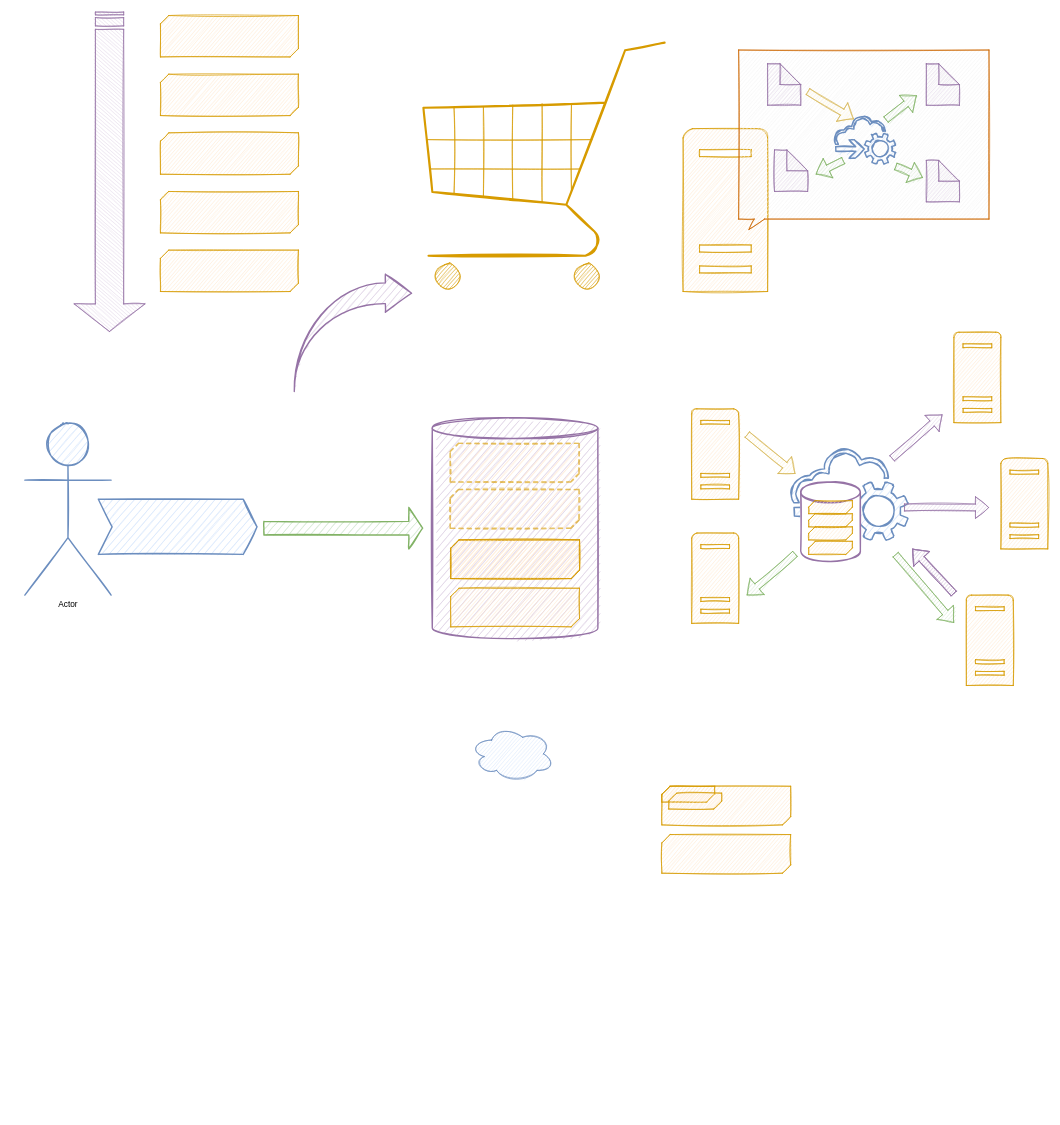
Before: assets/Messaging.drawio in oskardudycz/EventSourcing.NetCore, a draw.io diagram. Source tidied: cells renumbered, new cells numbered last; positions are measured from the earlier drawing's top-left corner, leaving out a move shared by most shapes. Both pictures are drawn from the tidied source at 69%, with x=0, y=0 at pixel (-50, 15).
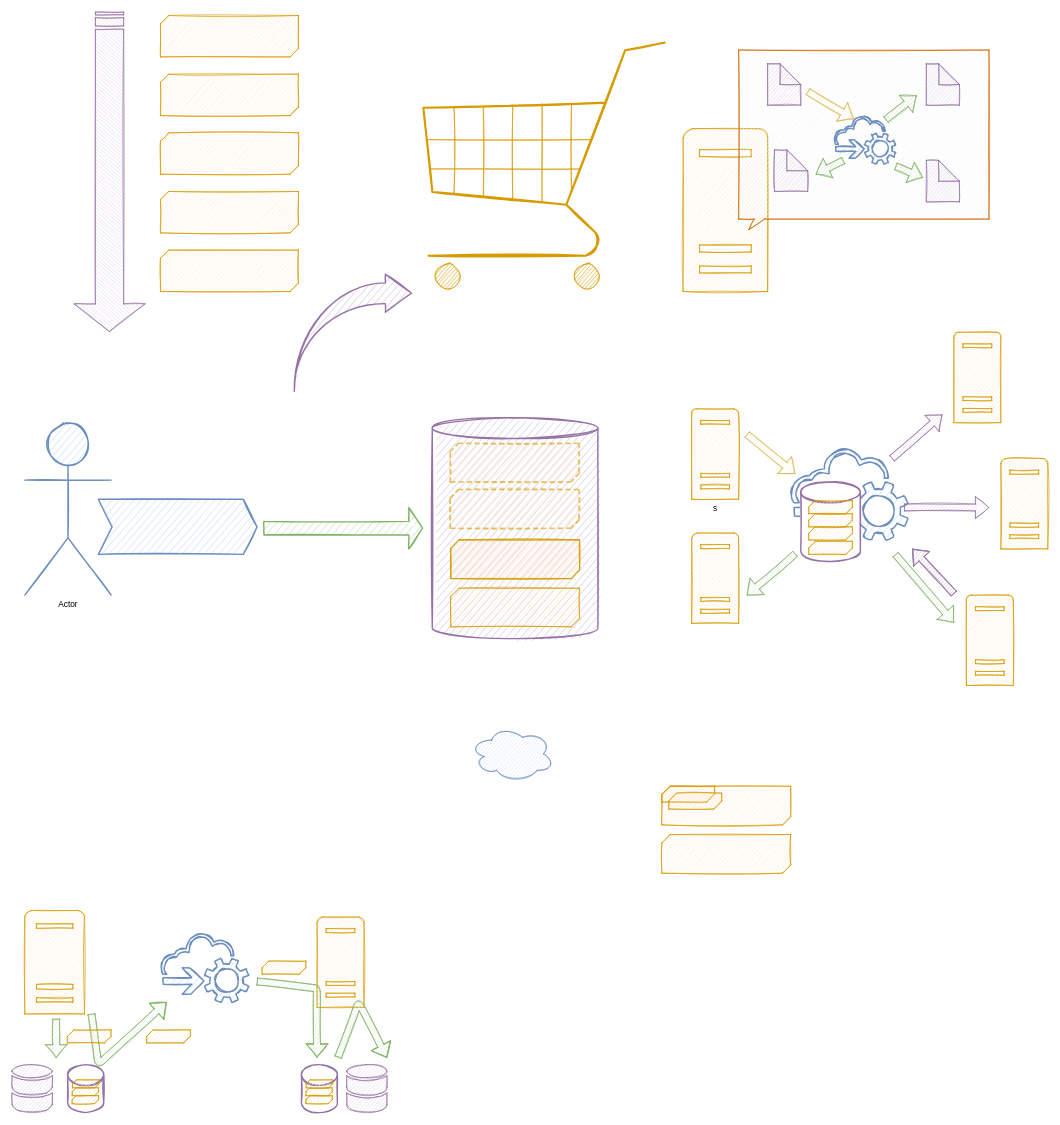
The same diagram, later.

Diff of the diagram source:
```diff
@@
-    <mxCell id="18" style="shadow=0;dashed=0;html=1;labelPosition=center;verticalLabelPosition=bottom;verticalAlign=top;align=center;shape=mxgraph.office.servers.server_generic;sketch=1;strokeWidth=1;strokeColor=#d79b00;fillColor=#ffe6cc;" parent="1" vertex="1">
+    <mxCell id="18" value="s" style="shadow=0;dashed=0;html=1;labelPosition=center;verticalLabelPosition=bottom;verticalAlign=top;align=center;shape=mxgraph.office.servers.server_generic;sketch=1;strokeWidth=1;strokeColor=#d79b00;fillColor=#ffe6cc;" parent="1" vertex="1">
       <mxGeometry x="1075" y="570" width="68" height="131" as="geometry" />
     </mxCell>
@@
+    <mxCell id="55" style="shadow=0;dashed=0;html=1;labelPosition=center;verticalLabelPosition=bottom;verticalAlign=top;align=center;shape=mxgraph.office.servers.server_generic;sketch=1;strokeWidth=1;strokeColor=#d79b00;fillColor=#ffe6cc;" parent="1" vertex="1">
+      <mxGeometry x="108.5" y="1297" width="86.5" height="150" as="geometry" />
+    </mxCell>
+    <mxCell id="56" style="shadow=0;dashed=0;html=1;labelPosition=center;verticalLabelPosition=bottom;verticalAlign=top;align=center;shape=mxgraph.office.servers.server_generic;sketch=1;strokeWidth=1;strokeColor=#d79b00;fillColor=#ffe6cc;" parent="1" vertex="1">
+      <mxGeometry x="532" y="1306.5" width="68" height="131" as="geometry" />
+    </mxCell>
+    <mxCell id="57" style="shadow=0;dashed=0;html=1;strokeColor=#6c8ebf;fillColor=#dae8fc;labelPosition=center;verticalLabelPosition=bottom;outlineConnect=0;verticalAlign=top;align=center;shape=mxgraph.office.clouds.cloud_service_request;sketch=1;strokeWidth=2;" parent="1" vertex="1">
+      <mxGeometry x="305" y="1330" width="127.5" height="100" as="geometry" />
+    </mxCell>
+    <mxCell id="58" style="shape=flexArrow;endArrow=classic;html=1;fillColor=#d5e8d4;strokeColor=#82b366;sketch=1;" parent="1" edge="1">
+      <mxGeometry relative="1" as="geometry">
+        <mxPoint x="153.9" y="1454" as="sourcePoint" />
+        <mxPoint x="154" y="1511" as="targetPoint" />
+      </mxGeometry>
+    </mxCell>
+    <mxCell id="59" style="shape=cylinder3;whiteSpace=wrap;html=1;boundedLbl=1;backgroundOutline=1;size=15;shadow=0;sketch=1;strokeWidth=2;strokeColor=#9673a6;fillColor=#FFFFFF;" parent="1" vertex="1">
+      <mxGeometry x="170.7" y="1520.5" width="52.1" height="69.5" as="geometry" />
+    </mxCell>
+    <mxCell id="60" style="shadow=0;dashed=0;html=1;strokeColor=#9673a6;fillColor=#e1d5e7;labelPosition=center;verticalLabelPosition=bottom;verticalAlign=top;align=center;shape=mxgraph.office.databases.database_mini_2;sketch=1;" parent="1" vertex="1">
+      <mxGeometry x="90" y="1520.5" width="58.3" height="70" as="geometry" />
+    </mxCell>
+    <mxCell id="61" style="shape=flexArrow;endArrow=classic;html=1;fillColor=#d5e8d4;strokeColor=#82b366;sketch=1;" parent="1" edge="1" target="57">
+      <mxGeometry relative="1" as="geometry">
+        <mxPoint x="205" y="1447" as="sourcePoint" />
+        <Array as="points">
+          <mxPoint x="215" y="1520" />
+        </Array>
+      </mxGeometry>
+    </mxCell>
+    <mxCell id="62" style="shape=flexArrow;endArrow=classic;html=1;fillColor=#d5e8d4;strokeColor=#82b366;sketch=1;" parent="1" edge="1">
+      <mxGeometry relative="1" as="geometry">
+        <mxPoint x="444.7" y="1400" as="sourcePoint" />
+        <mxPoint x="532" y="1510" as="targetPoint" />
+        <Array as="points">
+          <mxPoint x="531.7" y="1410" />
+        </Array>
+      </mxGeometry>
+    </mxCell>
+    <mxCell id="63" style="shape=flexArrow;endArrow=classic;html=1;fillColor=#d5e8d4;strokeColor=#82b366;sketch=1;" parent="1" edge="1">
+      <mxGeometry relative="1" as="geometry">
+        <mxPoint x="562.4" y="1510" as="sourcePoint" />
+        <mxPoint x="633.3" y="1510.5" as="targetPoint" />
+        <Array as="points">
+          <mxPoint x="592.4" y="1430" />
+        </Array>
+      </mxGeometry>
+    </mxCell>
+    <mxCell id="64" style="shadow=0;dashed=0;html=1;strokeColor=#9673a6;fillColor=#e1d5e7;labelPosition=center;verticalLabelPosition=bottom;verticalAlign=top;align=center;shape=mxgraph.office.databases.database_mini_2;sketch=1;" parent="1" vertex="1">
+      <mxGeometry x="575" y="1520.5" width="58.3" height="70" as="geometry" />
+    </mxCell>
+    <mxCell id="65" style="verticalLabelPosition=bottom;verticalAlign=top;html=1;shape=mxgraph.basic.diag_snip_rect;dx=6;shadow=0;sketch=1;fillColor=#ffe6cc;strokeColor=#d79b00;" parent="1" vertex="1">
+      <mxGeometry x="285" y="1470" width="63.3" height="19" as="geometry" />
+    </mxCell>
+    <mxCell id="66" style="verticalLabelPosition=bottom;verticalAlign=top;html=1;shape=mxgraph.basic.diag_snip_rect;dx=6;shadow=0;sketch=1;fillColor=#ffe6cc;strokeColor=#d79b00;" parent="1" vertex="1">
+      <mxGeometry x="452.4" y="1370.5" width="63.3" height="19" as="geometry" />
+    </mxCell>
+    <mxCell id="67" style="verticalLabelPosition=bottom;verticalAlign=top;html=1;shape=mxgraph.basic.diag_snip_rect;dx=6;shadow=0;sketch=1;fillColor=#ffe6cc;strokeColor=#d79b00;" parent="1" vertex="1">
+      <mxGeometry x="177.1" y="1554" width="38.3" height="11.5" as="geometry" />
+    </mxCell>
+    <mxCell id="68" style="verticalLabelPosition=bottom;verticalAlign=top;html=1;shape=mxgraph.basic.diag_snip_rect;dx=6;shadow=0;sketch=1;fillColor=#ffe6cc;strokeColor=#d79b00;" parent="1" vertex="1">
+      <mxGeometry x="177.1" y="1565.5" width="38.3" height="11.5" as="geometry" />
+    </mxCell>
+    <mxCell id="69" style="verticalLabelPosition=bottom;verticalAlign=top;html=1;shape=mxgraph.basic.diag_snip_rect;dx=6;shadow=0;sketch=1;fillColor=#ffe6cc;strokeColor=#d79b00;" parent="1" vertex="1">
+      <mxGeometry x="177.6" y="1542.5" width="38.3" height="11.5" as="geometry" />
+    </mxCell>
+    <mxCell id="70" style="verticalLabelPosition=bottom;verticalAlign=top;html=1;shape=mxgraph.basic.diag_snip_rect;dx=6;shadow=0;sketch=1;fillColor=#ffe6cc;strokeColor=#d79b00;" parent="1" vertex="1">
+      <mxGeometry x="170.2" y="1470" width="63.3" height="19" as="geometry" />
+    </mxCell>
+    <mxCell id="71" style="shape=cylinder3;whiteSpace=wrap;html=1;boundedLbl=1;backgroundOutline=1;size=15;shadow=0;sketch=1;strokeWidth=2;strokeColor=#9673a6;fillColor=#FFFFFF;" parent="1" vertex="1">
+      <mxGeometry x="509.3" y="1520.5" width="52.1" height="69.5" as="geometry" />
+    </mxCell>
+    <mxCell id="72" style="verticalLabelPosition=bottom;verticalAlign=top;html=1;shape=mxgraph.basic.diag_snip_rect;dx=6;shadow=0;sketch=1;fillColor=#ffe6cc;strokeColor=#d79b00;" parent="1" vertex="1">
+      <mxGeometry x="515.8" y="1554" width="38.3" height="11.5" as="geometry" />
+    </mxCell>
+    <mxCell id="73" style="verticalLabelPosition=bottom;verticalAlign=top;html=1;shape=mxgraph.basic.diag_snip_rect;dx=6;shadow=0;sketch=1;fillColor=#ffe6cc;strokeColor=#d79b00;" parent="1" vertex="1">
+      <mxGeometry x="515.8" y="1565.5" width="38.3" height="11.5" as="geometry" />
+    </mxCell>
+    <mxCell id="74" style="verticalLabelPosition=bottom;verticalAlign=top;html=1;shape=mxgraph.basic.diag_snip_rect;dx=6;shadow=0;sketch=1;fillColor=#ffe6cc;strokeColor=#d79b00;" parent="1" vertex="1">
+      <mxGeometry x="516.2" y="1542.5" width="38.3" height="11.5" as="geometry" />
+    </mxCell>
```
